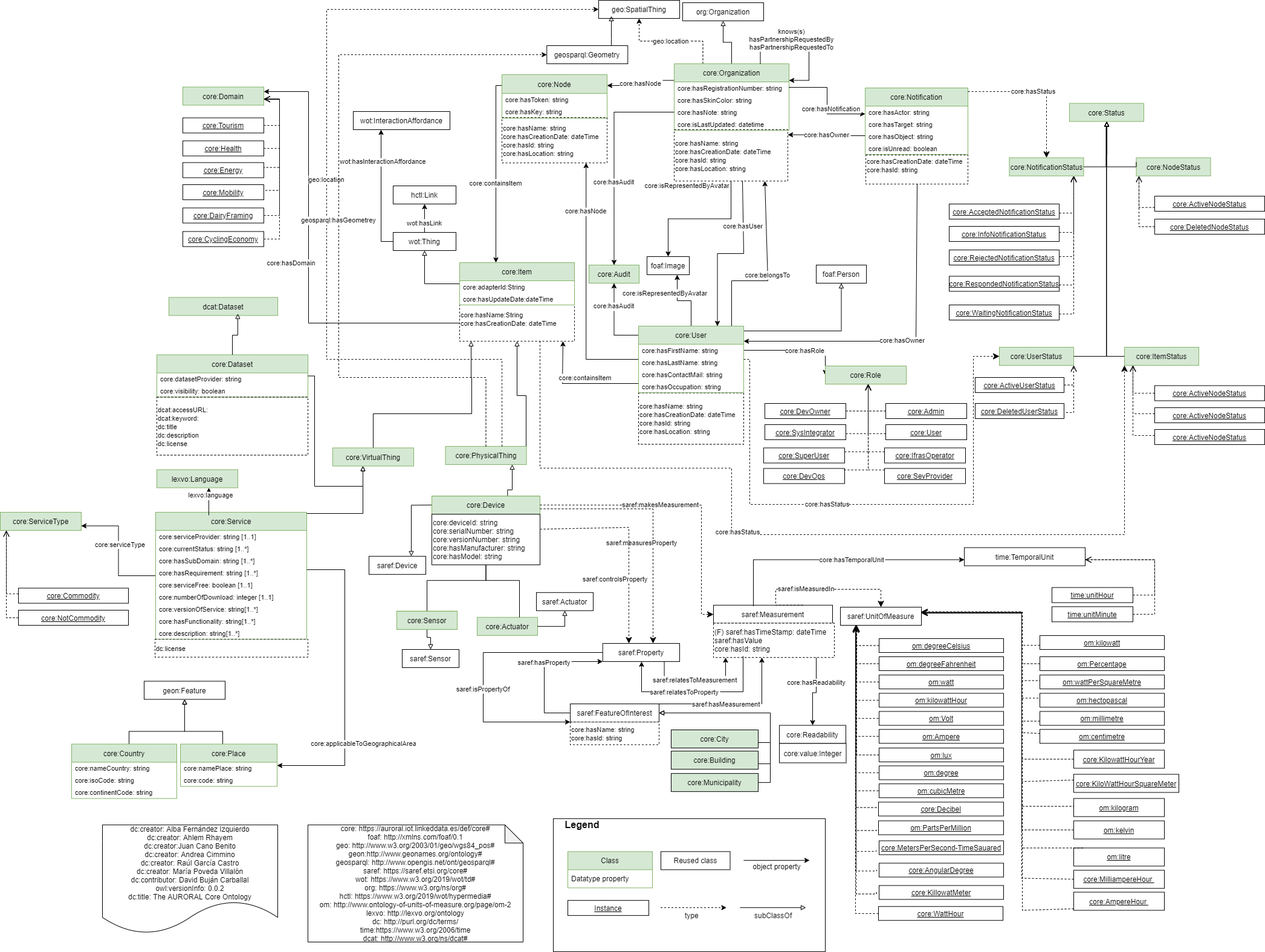
oeg-upm/auroral-core-ontology keeps this draw.io diagram as diagrams/core.png. Above is the earlier version. Source tidied: cells renumbered, new cells last; positions are measured from the earlier drawing's top-left corner, leaving out a move shared by most shapes.
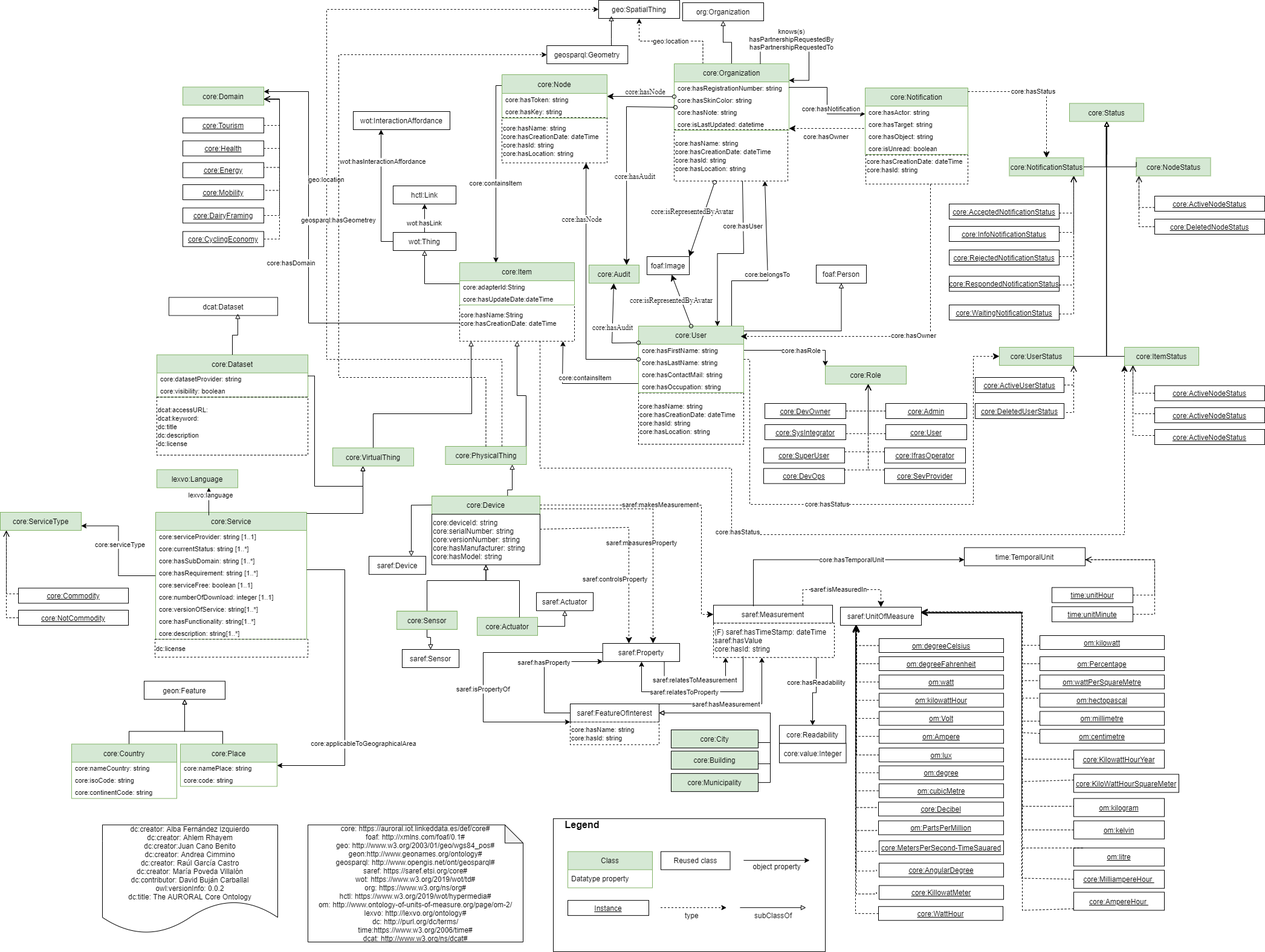
After the change.

The edit, as a diff of the source:
```diff
@@ -2,22 +2,10 @@
   <root>
     <mxCell id="0" />
     <mxCell id="1" parent="0" />
-    <mxCell id="2" style="edgeStyle=orthogonalEdgeStyle;rounded=0;jettySize=auto;html=1;fontSize=11;endArrow=classic;endFill=1;" parent="1" edge="1" source="220" target="214">
-      <mxGeometry relative="1" as="geometry">
-        <Array as="points">
-          <mxPoint x="1515" y="564" />
-        </Array>
-      </mxGeometry>
-    </mxCell>
-    <mxCell id="3" value="core:hasOwner" style="edgeLabel;align=center;verticalAlign=middle;fontSize=11;" parent="2" vertex="1">
-      <mxGeometry x="-0.05" y="1" relative="1" as="geometry">
-        <mxPoint x="-24" y="-1" as="offset" />
-      </mxGeometry>
-    </mxCell>
     <mxCell id="4" value="dc:creator: Alba Fernández Izquierdo&#10;dc:creator: Ahlem Rhayem&#10;dc:creator:Juan Cano Benito&#10;dc:creator: Andrea Cimmino&#10;dc:creator: Raúl García Castro&#10;dc:creator: María Poveda Villalón&#10;dc:contributor: David Buján Carballal&#10;owl:versionInfo: 0.0.2&#10;dc:title: The AURORAL Core Ontology" style="shape=document;boundedLbl=1;" parent="1" vertex="1">
       <mxGeometry x="169" y="1364.2" width="290" height="180" as="geometry" />
     </mxCell>
-    <mxCell id="5" value="core: https://auroral.iot.linkeddata.es/def/core#&#10;foaf: http://xmlns.com/foaf/0.1&#10;geo: http://www.w3.org/2003/01/geo/wgs84_pos#&#10;geon:http://www.geonames.org/ontology#&#10;geosparql: http://www.opengis.net/ont/geosparql#&#10;saref: https://saref.etsi.org/core#&#10;wot: https://www.w3.org/2019/wot/td#&#10;org: https://www.w3.org/ns/org#&#10;hctl: https://www.w3.org/2019/wot/hypermedia#&#10;om: http://www.ontology-of-units-of-measure.org/page/om-2&#10;lexvo: http://lexvo.org/ontology&#10;dc: http://purl.org/dc/terms/&#10;time:https://www.w3.org/2006/time&#10;dcat: http://www.w3.org/ns/dcat#" style="shape=note;backgroundOutline=1;darkOpacity=0.05;" parent="1" vertex="1">
+    <mxCell id="5" value="core: https://auroral.iot.linkeddata.es/def/core#&#10;foaf: http://xmlns.com/foaf/0.1#&#10;geo: http://www.w3.org/2003/01/geo/wgs84_pos#&#10;geon:http://www.geonames.org/ontology#&#10;geosparql: http://www.opengis.net/ont/geosparql#&#10;saref: https://saref.etsi.org/core#&#10;wot: https://www.w3.org/2019/wot/td#&#10;org: https://www.w3.org/ns/org#&#10;hctl: https://www.w3.org/2019/wot/hypermedia#&#10;om: http://www.ontology-of-units-of-measure.org/page/om-2/&#10;lexvo: http://lexvo.org/ontology#&#10;dc: http://purl.org/dc/terms/&#10;time:https://www.w3.org/2006/time#&#10;dcat: http://www.w3.org/ns/dcat#" style="shape=note;backgroundOutline=1;darkOpacity=0.05;" parent="1" vertex="1">
       <mxGeometry x="509" y="1364.2" width="356" height="193.8" as="geometry" />
     </mxCell>
     <mxCell id="6" style="edgeStyle=orthogonalEdgeStyle;rounded=0;jettySize=auto;html=1;exitX=0.5;exitY=0;exitDx=0;exitDy=0;endArrow=block;endFill=0;" parent="1" edge="1" source="9" target="25">
@@ -26,9 +14,6 @@
     <mxCell id="7" value="geo:location" style="edgeStyle=orthogonalEdgeStyle;rounded=0;jettySize=auto;exitX=0.25;exitY=0;exitDx=0;exitDy=0;endArrow=classic;endFill=1;entryX=0.5;entryY=1;entryDx=0;entryDy=0;dashed=1;" parent="1" edge="1" source="9" target="26">
       <mxGeometry relative="1" as="geometry" />
     </mxCell>
-    <mxCell id="8" value="core:hasNode" style="edgeStyle=orthogonalEdgeStyle;rounded=0;jettySize=auto;exitX=0;exitY=0.25;exitDx=0;exitDy=0;entryX=1;entryY=0.25;entryDx=0;entryDy=0;fontSize=11;endArrow=classic;endFill=1;" parent="1" edge="1" source="9" target="22">
-      <mxGeometry relative="1" as="geometry" />
-    </mxCell>
     <mxCell id="9" value="core:Organization" style="swimlane;fontStyle=0;horizontal=1;startSize=30;fillColor=#d5e8d4;strokeColor=#82b366;" parent="1" vertex="1">
       <mxGeometry x="1115" y="105" width="190" height="110" as="geometry" />
     </mxCell>
@@ -44,7 +29,7 @@
     <mxCell id="13" value="core:isLastUpdated: datetime" style="text;strokeColor=none;fillColor=none;align=left;verticalAlign=middle;spacingLeft=4;spacingRight=4;overflow=hidden;points=[[0,0.5],[1,0.5]];portConstraint=eastwest;fontSize=11;" parent="9" vertex="1">
       <mxGeometry y="90" width="190" height="20" as="geometry" />
     </mxCell>
-    <mxCell id="14" style="edgeStyle=orthogonalEdgeStyle;rounded=0;jettySize=auto;html=1;exitX=1;exitY=0.5;exitDx=0;exitDy=0;entryX=0;entryY=0.5;entryDx=0;entryDy=0;endArrow=classic;endFill=1;" parent="1" edge="1" target="41">
+    <mxCell id="14" style="edgeStyle=orthogonalEdgeStyle;rounded=0;jettySize=auto;html=1;exitX=1;exitY=0.5;exitDx=0;exitDy=0;endArrow=classic;endFill=1;" parent="1" edge="1" target="41">
       <mxGeometry relative="1" as="geometry">
         <mxPoint x="1230" y="579" as="sourcePoint" />
         <Array as="points">
@@ -64,21 +49,6 @@
         </Array>
       </mxGeometry>
     </mxCell>
-    <mxCell id="17" value="core:isRepresentedByAvatar" style="edgeStyle=orthogonalEdgeStyle;rounded=0;jettySize=auto;endArrow=classic;endFill=1;" parent="1" edge="1" source="214" target="29">
-      <mxGeometry x="0.44" y="20" relative="1" as="geometry">
-        <Array as="points">
-          <mxPoint x="1143" y="497" />
-          <mxPoint x="1120" y="497" />
-        </Array>
-      </mxGeometry>
-    </mxCell>
-    <mxCell id="18" value="core:hasAudit" style="edgeStyle=orthogonalEdgeStyle;rounded=0;jettySize=auto;entryX=0.5;entryY=1;entryDx=0;entryDy=0;fontSize=11;endArrow=classic;endFill=1;" parent="1" edge="1" source="214" target="30">
-      <mxGeometry x="0.41" relative="1" as="geometry">
-        <Array as="points">
-          <mxPoint x="1016" y="554" />
-        </Array>
-      </mxGeometry>
-    </mxCell>
     <mxCell id="19" value="core:hasUser" style="edgeStyle=orthogonalEdgeStyle;rounded=0;jettySize=auto;fontSize=11;endArrow=classic;endFill=1;entryX=0.75;entryY=0;entryDx=0;entryDy=0;" parent="1" edge="1" source="219">
       <mxGeometry x="-0.47" relative="1" as="geometry">
         <mxPoint x="1186.5" y="539" as="targetPoint" />
@@ -88,11 +58,9 @@
         </Array>
       </mxGeometry>
     </mxCell>
-    <mxCell id="20" value="core:belongsTo" style="edgeStyle=orthogonalEdgeStyle;rounded=0;jettySize=auto;exitX=0.897;exitY=0.002;exitDx=0;exitDy=0;fontSize=11;endArrow=classic;endFill=1;exitPerimeter=0;" parent="1" edge="1" target="219">
+    <mxCell id="20" value="core:belongsTo" style="edgeStyle=orthogonalEdgeStyle;rounded=0;jettySize=auto;fontSize=11;endArrow=classic;endFill=1;" parent="1" edge="1" source="214" target="219">
       <mxGeometry x="-0.03" relative="1" as="geometry">
-        <mxPoint x="1212.1" y="539.2" as="sourcePoint" />
         <Array as="points">
-          <mxPoint x="1210" y="539" />
           <mxPoint x="1210" y="464" />
           <mxPoint x="1270" y="464" />
         </Array>
@@ -123,11 +91,6 @@
     <mxCell id="27" value="foaf:Person" style="rounded=0;whiteSpace=wrap;html=1;" parent="1" vertex="1">
       <mxGeometry x="1350" y="438" width="83" height="30" as="geometry" />
     </mxCell>
-    <mxCell id="28" value="core:isRepresentedByAvatar" style="edgeStyle=orthogonalEdgeStyle;rounded=0;jettySize=auto;fontSize=11;endArrow=classic;endFill=1;entryX=0.5;entryY=0;entryDx=0;entryDy=0;" parent="1" edge="1" source="219" target="29">
-      <mxGeometry x="0.36" y="-28" relative="1" as="geometry">
-        <mxPoint x="21" y="-27" as="offset" />
-      </mxGeometry>
-    </mxCell>
     <mxCell id="29" value="foaf:Image" style="rounded=0;whiteSpace=wrap;html=1;" parent="1" vertex="1">
       <mxGeometry x="1070" y="424" width="70" height="30" as="geometry" />
     </mxCell>
@@ -244,24 +207,6 @@
         </Array>
       </mxGeometry>
     </mxCell>
-    <mxCell id="58" value="core:hasNode" style="edgeStyle=orthogonalEdgeStyle;rounded=0;jettySize=auto;fontSize=11;endArrow=classic;endFill=1;startArrow=none;entryX=0.8;entryY=1;entryDx=0;entryDy=0;" parent="1" edge="1" source="214" target="221">
-      <mxGeometry x="0.61" relative="1" as="geometry">
-        <Array as="points">
-          <mxPoint x="969" y="594" />
-        </Array>
-      </mxGeometry>
-    </mxCell>
-    <mxCell id="59" value="core:hasAudit" style="edgeStyle=orthogonalEdgeStyle;rounded=0;jettySize=auto;exitX=0;exitY=0.5;exitDx=0;exitDy=0;entryX=0.5;entryY=0;entryDx=0;entryDy=0;fontSize=11;endArrow=classic;endFill=1;" parent="1" edge="1" source="12" target="30">
-      <mxGeometry x="0.22" relative="1" as="geometry" />
-    </mxCell>
-    <mxCell id="60" value="core:hasOwner" style="edgeStyle=orthogonalEdgeStyle;rounded=0;jettySize=auto;fontSize=11;endArrow=classic;endFill=1;entryX=1;entryY=0.1;entryDx=0;entryDy=0;" parent="1" edge="1" source="52" target="219">
-      <mxGeometry relative="1" as="geometry">
-        <Array as="points">
-          <mxPoint x="1370" y="224" />
-          <mxPoint x="1370" y="223" />
-        </Array>
-      </mxGeometry>
-    </mxCell>
     <mxCell id="61" style="rounded=0;whiteSpace=wrap;html=1;" parent="1" vertex="1">
       <mxGeometry x="915" y="1353.9" width="450" height="220" as="geometry" />
     </mxCell>
@@ -316,11 +261,11 @@
     <mxCell id="72" value="subClassOf" style="text;strokeColor=none;fillColor=none;align=center;verticalAlign=middle;rounded=0;" parent="1" vertex="1">
       <mxGeometry x="1224" y="1499.1" width="110" height="30" as="geometry" />
     </mxCell>
-    <mxCell id="73" style="edgeStyle=orthogonalEdgeStyle;rounded=0;jettySize=auto;html=1;exitX=0.5;exitY=0;exitDx=0;exitDy=0;fontSize=11;endArrow=block;endFill=0;entryX=0.5;entryY=1;entryDx=0;entryDy=0;" parent="1" edge="1" source="74" target="132">
+    <mxCell id="73" style="edgeStyle=orthogonalEdgeStyle;rounded=0;jettySize=auto;html=1;exitX=0.5;exitY=0;exitDx=0;exitDy=0;fontSize=11;endArrow=block;endFill=0;entryX=0.5;entryY=1;entryDx=0;entryDy=0;" parent="1" edge="1" source="74" target="255">
       <mxGeometry relative="1" as="geometry">
         <Array as="points">
-          <mxPoint x="706" y="959.8" />
-          <mxPoint x="804" y="959.8" />
+          <mxPoint x="706" y="960" />
+          <mxPoint x="804" y="960" />
         </Array>
       </mxGeometry>
     </mxCell>
@@ -330,11 +275,11 @@
     <mxCell id="75" value="core:Actuator" style="rounded=0;whiteSpace=wrap;html=1;fillColor=#d5e8d4;strokeColor=#82b366;" parent="1" vertex="1">
       <mxGeometry x="789" y="1020.8" width="100" height="30" as="geometry" />
     </mxCell>
-    <mxCell id="76" style="edgeStyle=orthogonalEdgeStyle;rounded=0;jettySize=auto;html=1;fontSize=11;endArrow=block;endFill=0;entryX=0.5;entryY=1;entryDx=0;entryDy=0;" parent="1" edge="1" source="75" target="132">
+    <mxCell id="76" style="edgeStyle=orthogonalEdgeStyle;rounded=0;jettySize=auto;html=1;fontSize=11;endArrow=block;endFill=0;entryX=0.5;entryY=1;entryDx=0;entryDy=0;" parent="1" edge="1" source="75" target="255">
       <mxGeometry relative="1" as="geometry">
         <Array as="points">
-          <mxPoint x="859" y="959.8" />
-          <mxPoint x="804" y="959.8" />
+          <mxPoint x="859" y="960" />
+          <mxPoint x="804" y="960" />
         </Array>
       </mxGeometry>
     </mxCell>
@@ -364,8 +309,8 @@
     <mxCell id="83" style="endArrow=classic;html=1;endSize=8;dashed=1;arcSize=0;edgeStyle=orthogonalEdgeStyle;exitX=0.75;exitY=0;exitDx=0;exitDy=0;entryX=0.5;entryY=0;entryDx=0;entryDy=0;" parent="1" edge="1" source="82" target="81">
       <mxGeometry relative="1" as="geometry">
         <Array as="points">
-          <mxPoint x="1283" y="974.5" />
-          <mxPoint x="1457" y="974.5" />
+          <mxPoint x="1328" y="975" />
+          <mxPoint x="1457" y="975" />
         </Array>
       </mxGeometry>
     </mxCell>
@@ -967,7 +912,7 @@
     <mxCell id="203" value="core:visibility: boolean " style="text;strokeColor=none;fillColor=none;align=left;verticalAlign=middle;spacingLeft=4;spacingRight=4;overflow=hidden;fontSize=11;" parent="201" vertex="1">
       <mxGeometry y="50" width="250" height="20" as="geometry" />
     </mxCell>
-    <mxCell id="204" value="dcat:Dataset" style="rounded=0;whiteSpace=wrap;html=1;fillColor=#d5e8d4;strokeColor=#82b366;" parent="1" vertex="1">
+    <mxCell id="204" value="dcat:Dataset" style="rounded=0;whiteSpace=wrap;html=1;fillColor=#FFFFFF;strokeColor=#1A1A1A;" parent="1" vertex="1">
       <mxGeometry x="279" y="491.5" width="180" height="30" as="geometry" />
     </mxCell>
     <mxCell id="205" value="&lt;font style=&quot;font-size: 11px&quot;&gt;dcat:accessURL:&amp;nbsp;&lt;br&gt;dcat:keyword:&amp;nbsp;&lt;br&gt;dc:title&lt;br&gt;dc:description&lt;br&gt;dc:license&lt;/font&gt;" style="rounded=0;whiteSpace=wrap;html=1;dashed=1;align=left;fillColor=none;" parent="1" vertex="1">
@@ -1473,5 +1418,96 @@
         <mxPoint x="10" y="-2" as="offset" />
       </mxGeometry>
     </mxCell>
+    <mxCell id="58" style="endArrow=classic;html=1;endSize=8;startArrow=oval;startFill=0;arcSize=0;rounded=0;entryX=0.8;entryY=1;entryDx=0;entryDy=0;" parent="1" edge="1" source="214" target="221">
+      <mxGeometry relative="1" as="geometry">
+        <Array as="points">
+          <mxPoint x="969" y="594" />
+        </Array>
+      </mxGeometry>
+    </mxCell>
+    <mxCell id="306" value="&lt;div&gt;&lt;font face=&quot;Times New Roman&quot;&gt;core:hasNode&lt;/font&gt;&lt;/div&gt;" style="text;html=1;align=center;verticalAlign=middle;labelBackgroundColor=#ffffff;" parent="58" vertex="1">
+      <mxGeometry x="-0.13" relative="1" as="geometry">
+        <mxPoint x="-7.1" y="-139" as="offset" />
+      </mxGeometry>
+    </mxCell>
+    <mxCell id="8" style="endArrow=classic;html=1;endSize=8;startArrow=oval;startFill=0;arcSize=0;rounded=0;" parent="1" edge="1" source="9" target="22">
+      <mxGeometry relative="1" as="geometry">
+        <Array as="points">
+          <mxPoint x="1060" y="159" />
+        </Array>
+      </mxGeometry>
+    </mxCell>
+    <mxCell id="307" value="&lt;div&gt;&lt;font face=&quot;Times New Roman&quot;&gt;core:hasNode&lt;/font&gt;&lt;/div&gt;" style="text;html=1;align=center;verticalAlign=middle;labelBackgroundColor=#ffffff;" parent="8" vertex="1">
+      <mxGeometry x="-0.13" relative="1" as="geometry">
+        <mxPoint x="-0.5" y="-8.4" as="offset" />
+      </mxGeometry>
+    </mxCell>
+    <mxCell id="28" style="endArrow=classic;html=1;endSize=8;startArrow=oval;startFill=0;arcSize=0;rounded=0;exitX=0.356;exitY=1.024;exitDx=0;exitDy=0;exitPerimeter=0;entryX=1;entryY=0;entryDx=0;entryDy=0;" parent="1" edge="1" source="219" target="29">
+      <mxGeometry relative="1" as="geometry" />
+    </mxCell>
+    <mxCell id="308" value="&lt;div&gt;&lt;font face=&quot;Times New Roman&quot;&gt;core:isRepresentedByAvatar&lt;/font&gt;&lt;/div&gt;" style="text;html=1;align=center;verticalAlign=middle;labelBackgroundColor=#ffffff;" parent="28" vertex="1">
+      <mxGeometry x="-0.13" relative="1" as="geometry">
+        <mxPoint x="-19.3" y="-6" as="offset" />
+      </mxGeometry>
+    </mxCell>
+    <mxCell id="17" style="endArrow=classic;html=1;endSize=8;startArrow=oval;startFill=0;arcSize=0;rounded=0;exitX=0.5;exitY=0;exitDx=0;exitDy=0;" parent="1" edge="1" source="214" target="29">
+      <mxGeometry relative="1" as="geometry" />
+    </mxCell>
+    <mxCell id="309" value="&lt;div&gt;&lt;font face=&quot;Times New Roman&quot;&gt;core:isRepresentedByAvatar&lt;/font&gt;&lt;/div&gt;" style="text;html=1;align=center;verticalAlign=middle;labelBackgroundColor=#ffffff;" parent="17" vertex="1">
+      <mxGeometry x="-0.13" relative="1" as="geometry">
+        <mxPoint x="-19.3" y="-6" as="offset" />
+      </mxGeometry>
+    </mxCell>
+    <mxCell id="2" style="endArrow=classic;html=1;endSize=8;dashed=1;arcSize=0;edgeStyle=orthogonalEdgeStyle;exitX=0.6;exitY=1;exitDx=0;exitDy=0;entryX=0.971;entryY=0.155;entryDx=0;entryDy=0;entryPerimeter=0;" parent="1" edge="1" source="220" target="214">
+      <mxGeometry relative="1" as="geometry">
+        <Array as="points">
+          <mxPoint x="1539" y="304" />
+          <mxPoint x="1539" y="556" />
+        </Array>
+      </mxGeometry>
+    </mxCell>
+    <mxCell id="310" value="&lt;div&gt;core:hasOwner&lt;/div&gt;" style="edgeLabel;html=1;align=center;verticalAlign=middle;" parent="2" vertex="1">
+      <mxGeometry x="-0.19" y="-1" relative="1" as="geometry">
+        <mxPoint x="-28" y="24.6" as="offset" />
+      </mxGeometry>
+    </mxCell>
+    <mxCell id="311" style="endArrow=classic;html=1;endSize=8;dashed=1;arcSize=0;edgeStyle=orthogonalEdgeStyle;exitX=-0.012;exitY=-0.15;exitDx=0;exitDy=0;exitPerimeter=0;" parent="1" edge="1" source="55" target="13">
+      <mxGeometry relative="1" as="geometry">
+        <Array as="points">
+          <mxPoint x="1370" y="212" />
+          <mxPoint x="1370" y="212" />
+        </Array>
+      </mxGeometry>
+    </mxCell>
+    <mxCell id="312" value="&lt;div&gt;core:hasOwner&lt;/div&gt;" style="edgeLabel;html=1;align=center;verticalAlign=middle;" parent="311" vertex="1">
+      <mxGeometry x="-0.19" y="-1" relative="1" as="geometry">
+        <mxPoint x="-14" y="14" as="offset" />
+      </mxGeometry>
+    </mxCell>
+    <mxCell id="59" style="endArrow=classic;html=1;endSize=8;startArrow=oval;startFill=0;arcSize=0;rounded=0;entryX=0.75;entryY=0;entryDx=0;entryDy=0;exitX=0.011;exitY=0.1;exitDx=0;exitDy=0;exitPerimeter=0;" parent="1" edge="1" source="12" target="30">
+      <mxGeometry relative="1" as="geometry">
+        <Array as="points">
+          <mxPoint x="1036" y="176" />
+        </Array>
+      </mxGeometry>
+    </mxCell>
+    <mxCell id="313" value="&lt;div&gt;&lt;font face=&quot;Times New Roman&quot;&gt;core:hasAudit&lt;/font&gt;&lt;/div&gt;" style="text;html=1;align=center;verticalAlign=middle;labelBackgroundColor=#ffffff;" parent="59" vertex="1">
+      <mxGeometry x="-0.13" relative="1" as="geometry">
+        <mxPoint x="13.9" y="45.6" as="offset" />
+      </mxGeometry>
+    </mxCell>
+    <mxCell id="314" style="endArrow=classic;html=1;endSize=8;startArrow=oval;startFill=0;arcSize=0;rounded=0;exitX=0;exitY=0.25;exitDx=0;exitDy=0;" parent="1" edge="1" source="214">
+      <mxGeometry relative="1" as="geometry">
+        <mxPoint x="1015" y="468" as="targetPoint" />
+        <Array as="points">
+          <mxPoint x="1012" y="567" />
+        </Array>
+      </mxGeometry>
+    </mxCell>
+    <mxCell id="315" value="&lt;div&gt;&lt;font face=&quot;Times New Roman&quot;&gt;core:hasAudit&lt;/font&gt;&lt;/div&gt;" style="text;html=1;align=center;verticalAlign=middle;labelBackgroundColor=#ffffff;" parent="314" vertex="1">
+      <mxGeometry x="-0.13" relative="1" as="geometry">
+        <mxPoint x="-0.5" y="-8.4" as="offset" />
+      </mxGeometry>
+    </mxCell>
   </root>
 </mxGraphModel>
```
